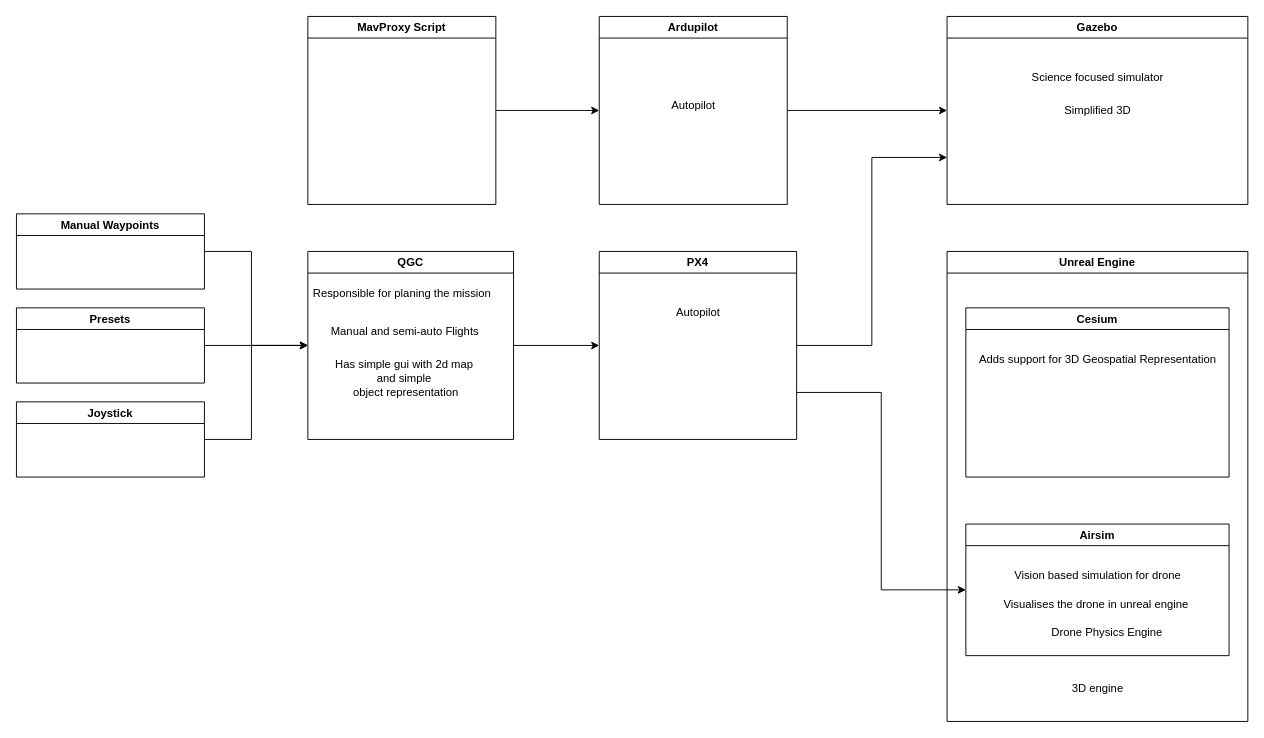
This is Drone_sim.drawio from madatr/UTM-Diagrams, a draw.io file, before an edit. Source tidied: cells renumbered, new cells numbered last; positions are measured from the earlier drawing's top-left corner, leaving out a move shared by most shapes. Both pictures are drawn from the tidied source at 94%, with x=0, y=0 at pixel (16, 16).
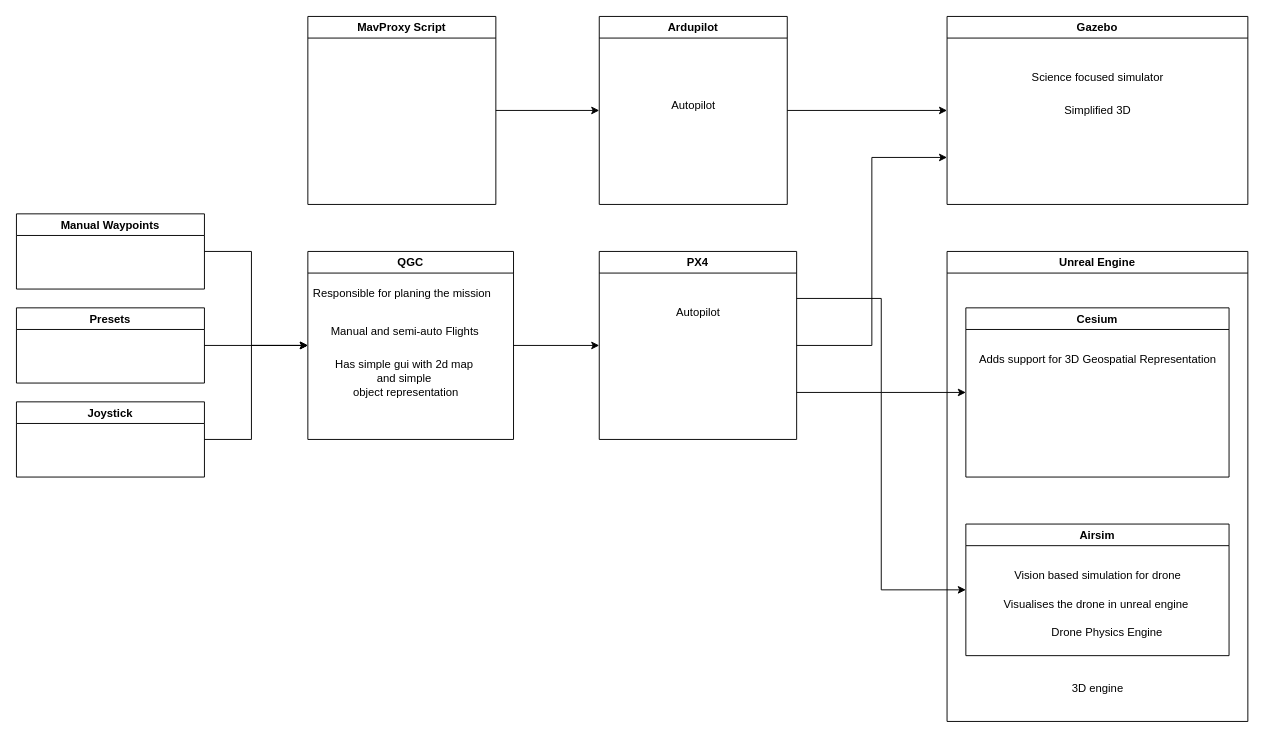
The same diagram, later.

Unchanged cells that the change refers to:
```xml
<mxCell id="9" value="PX4" style="swimlane;" parent="1" vertex="1">
  <mxGeometry x="620" y="250" width="210" height="200" as="geometry" />
</mxCell>
<mxCell id="20" value="Cesium" style="swimlane;" parent="19" vertex="1">
  <mxGeometry x="20" y="60" width="280" height="180" as="geometry" />
</mxCell>
```

The edit, as a diff of the source:
```diff
@@
+    <mxCell id="33" style="edgeStyle=orthogonalEdgeStyle;rounded=0;jettySize=auto;html=1;exitX=1;exitY=0.25;exitDx=0;exitDy=0;entryX=0;entryY=0.5;entryDx=0;entryDy=0;" parent="1" edge="1" source="9" target="20">
+      <mxGeometry relative="1" as="geometry" />
+    </mxCell>
```
